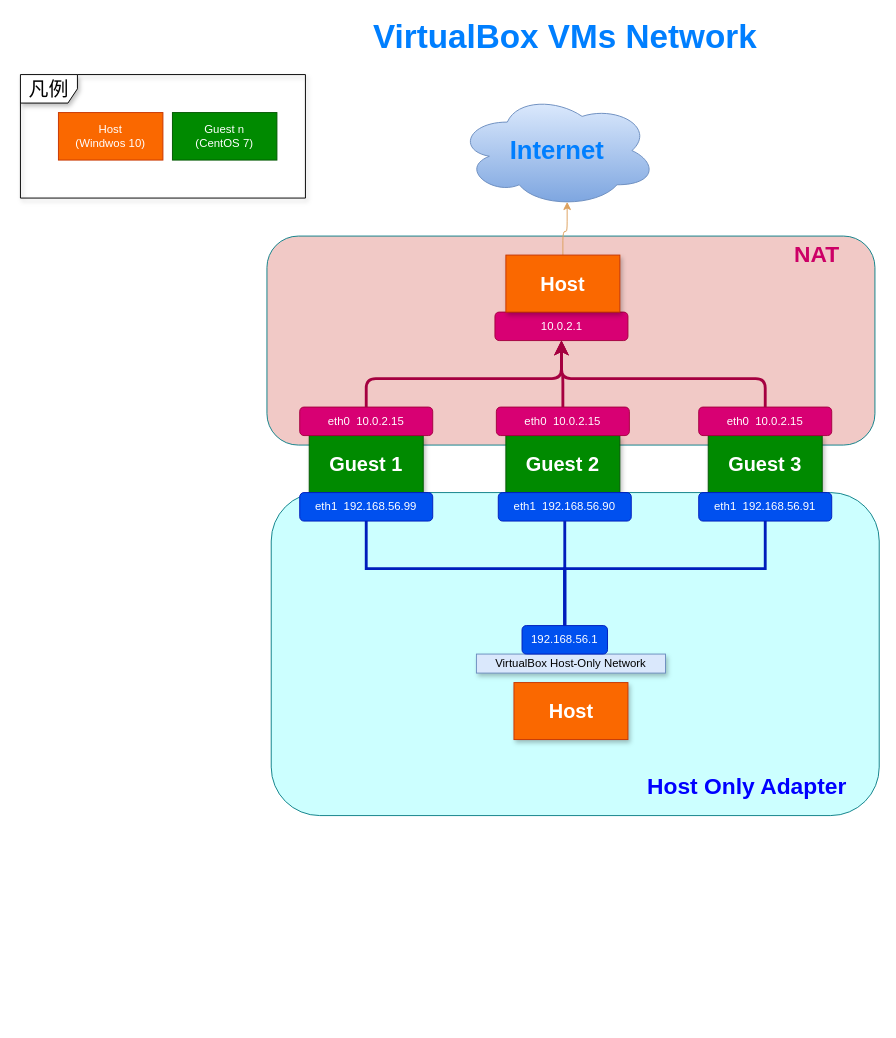
Before: Linux/Vagrant/VirtualBoxVM_network1.drawio in mtk57/PublicMemo, a draw.io diagram. Source tidied: cells renumbered, new cells numbered last; positions are measured from the earlier drawing's top-left corner, leaving out a move shared by most shapes. Both pictures are drawn from the tidied source at 95%, with x=0, y=0 at pixel (20, 17).
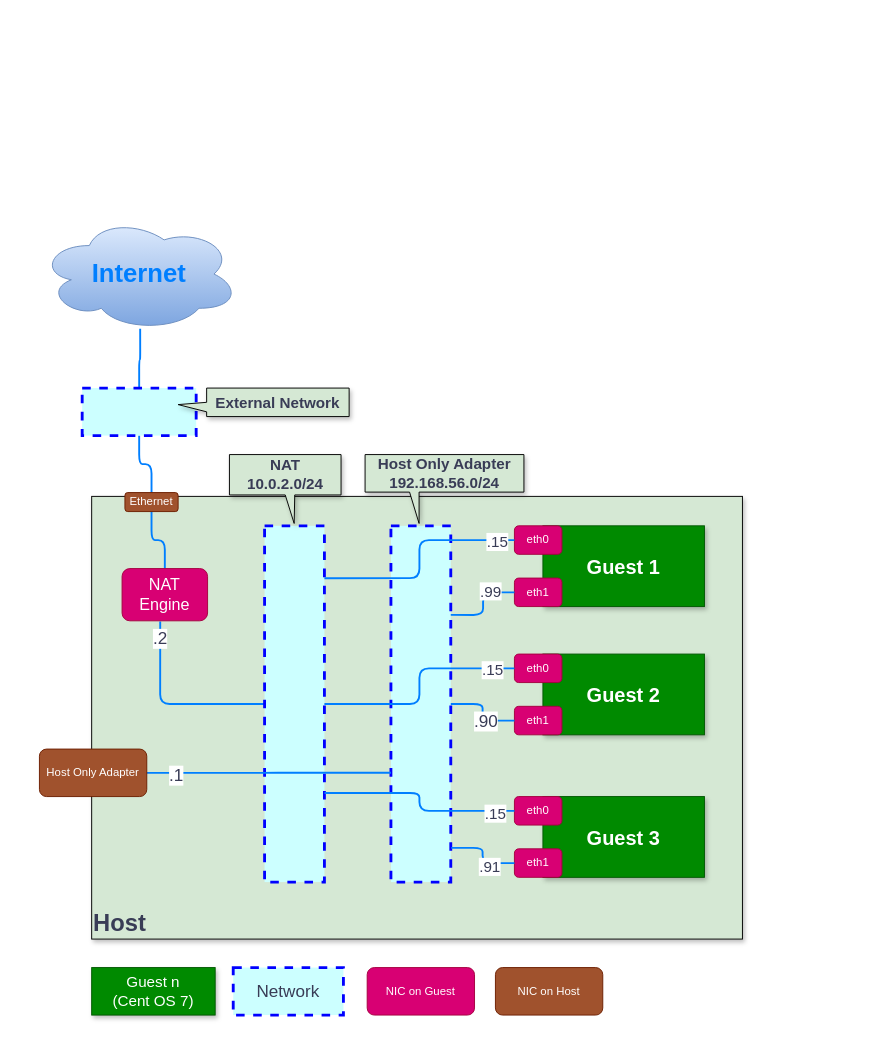
After the change.

What changed in the source:
```diff
@@
-    <mxCell id="0" />
-    <mxCell id="1" parent="0" />
-    <mxCell id="2" style="rounded=1;whiteSpace=wrap;html=1;sketch=0;strokeColor=#0e8088;fillColor=#CCFFFF;" parent="1" vertex="1">
-      <mxGeometry x="264" y="500" width="640" height="340" as="geometry" />
-    </mxCell>
-    <mxCell id="3" style="rounded=1;whiteSpace=wrap;html=1;sketch=0;strokeColor=#0e8088;fillColor=#F1C9C6;" parent="1" vertex="1">
-      <mxGeometry x="259.5" y="230" width="640" height="220" as="geometry" />
-    </mxCell>
+    <mxCell id="34" />
+    <mxCell id="35" parent="34" />
+    <mxCell id="36" value="Host" style="rounded=0;whiteSpace=wrap;html=1;sketch=0;strokeWidth=1;fontSize=25;fontColor=#393C56;fillColor=#D5E8D4;align=left;verticalAlign=bottom;fontStyle=1;shadow=1;" parent="35" vertex="1">
+      <mxGeometry x="75" y="504" width="685" height="466" as="geometry" />
+    </mxCell>
+    <mxCell id="37" style="group;" parent="35" vertex="1">
+      <mxGeometry x="520" y="535" width="200" height="85" as="geometry" />
+    </mxCell>
+    <mxCell id="38" style="group;" parent="37" vertex="1">
+      <mxGeometry width="200" height="85" as="geometry" />
+    </mxCell>
+    <mxCell id="39" style="group;" parent="38" vertex="1">
+      <mxGeometry width="200" height="85" as="geometry" />
+    </mxCell>
-    <mxCell id="4" value="Guest 1" style="rounded=0;whiteSpace=wrap;html=1;fillColor=#008a00;strokeColor=#005700;fontColor=#ffffff;shadow=1;fontStyle=1;fontSize=21;" parent="1" vertex="1">
-      <mxGeometry x="304" y="440" width="120" height="60" as="geometry" />
+    <mxCell id="4" value="Guest 1" style="rounded=0;whiteSpace=wrap;html=1;fillColor=#008a00;strokeColor=#005700;fontColor=#ffffff;shadow=1;fontStyle=1;fontSize=21;" parent="39" vertex="1">
+      <mxGeometry x="30" width="170" height="85" as="geometry" />
     </mxCell>
+    <mxCell id="40" value="eth0" style="rounded=1;whiteSpace=wrap;html=1;fillColor=#d80073;strokeColor=#A50040;fontColor=#ffffff;" parent="39" vertex="1">
+      <mxGeometry width="50" height="30" as="geometry" />
+    </mxCell>
+    <mxCell id="41" value="eth1" style="rounded=1;whiteSpace=wrap;html=1;fillColor=#d80073;strokeColor=#A50040;fontColor=#ffffff;" parent="39" vertex="1">
+      <mxGeometry y="55" width="50" height="30" as="geometry" />
+    </mxCell>
+    <mxCell id="42" style="group;" parent="35" vertex="1">
+      <mxGeometry x="520" y="670" width="200" height="85" as="geometry" />
+    </mxCell>
+    <mxCell id="43" style="group;" parent="42" vertex="1">
+      <mxGeometry width="200" height="85" as="geometry" />
+    </mxCell>
+    <mxCell id="44" style="group;" parent="43" vertex="1">
+      <mxGeometry width="200" height="85" as="geometry" />
+    </mxCell>
-    <mxCell id="5" value="Guest 2" style="rounded=0;whiteSpace=wrap;html=1;fillColor=#008a00;strokeColor=#005700;fontColor=#ffffff;shadow=1;fontStyle=1;fontSize=21;" parent="1" vertex="1">
-      <mxGeometry x="511" y="440" width="120" height="60" as="geometry" />
+    <mxCell id="5" value="Guest 2" style="rounded=0;whiteSpace=wrap;html=1;fillColor=#008a00;strokeColor=#005700;fontColor=#ffffff;shadow=1;fontStyle=1;fontSize=21;" parent="44" vertex="1">
+      <mxGeometry x="30" width="170" height="85" as="geometry" />
     </mxCell>
+    <mxCell id="45" value="eth0" style="rounded=1;whiteSpace=wrap;html=1;fillColor=#d80073;strokeColor=#A50040;fontColor=#ffffff;" parent="44" vertex="1">
+      <mxGeometry width="50" height="30" as="geometry" />
+    </mxCell>
+    <mxCell id="46" value="eth1" style="rounded=1;whiteSpace=wrap;html=1;fillColor=#d80073;strokeColor=#A50040;fontColor=#ffffff;" parent="44" vertex="1">
+      <mxGeometry y="55" width="50" height="30" as="geometry" />
+    </mxCell>
+    <mxCell id="47" style="group;" parent="35" vertex="1">
+      <mxGeometry x="520" y="820" width="200" height="85" as="geometry" />
+    </mxCell>
+    <mxCell id="48" style="group;" parent="47" vertex="1">
+      <mxGeometry width="200" height="85" as="geometry" />
+    </mxCell>
+    <mxCell id="49" style="group;" parent="48" vertex="1">
+      <mxGeometry width="200" height="85" as="geometry" />
+    </mxCell>
-    <mxCell id="6" value="Guest 3" style="rounded=0;whiteSpace=wrap;html=1;fillColor=#008a00;strokeColor=#005700;fontColor=#ffffff;shadow=1;fontStyle=1;fontSize=21;" parent="1" vertex="1">
-      <mxGeometry x="724" y="440" width="120" height="60" as="geometry" />
+    <mxCell id="6" value="Guest 3" style="rounded=0;whiteSpace=wrap;html=1;fillColor=#008a00;strokeColor=#005700;fontColor=#ffffff;shadow=1;fontStyle=1;fontSize=21;" parent="49" vertex="1">
+      <mxGeometry x="30" width="170" height="85" as="geometry" />
     </mxCell>
-    <mxCell id="7" style="edgeStyle=orthogonalEdgeStyle;rounded=0;sketch=0;jettySize=auto;html=1;strokeColor=#001DBC;fillColor=#0050ef;fontColor=#5C5C5C;endArrow=none;endFill=0;strokeWidth=3;" parent="1" edge="1" source="8" target="16">
-      <mxGeometry relative="1" as="geometry">
-        <Array as="points">
-          <mxPoint x="364" y="580" />
-          <mxPoint x="573" y="580" />
-        </Array>
-      </mxGeometry>
-    </mxCell>
-    <mxCell id="8" value="eth1&amp;nbsp; 192.168.56.99" style="rounded=1;whiteSpace=wrap;html=1;fillColor=#0050ef;strokeColor=#001DBC;fontColor=#ffffff;" parent="1" vertex="1">
-      <mxGeometry x="294" y="500" width="140" height="30" as="geometry" />
-    </mxCell>
-    <mxCell id="9" style="edgeStyle=orthogonalEdgeStyle;rounded=0;sketch=0;jettySize=auto;html=1;strokeColor=#001DBC;fillColor=#0050ef;fontColor=#5C5C5C;endArrow=none;endFill=0;strokeWidth=3;" parent="1" edge="1" source="10">
-      <mxGeometry relative="1" as="geometry">
-        <mxPoint x="573" y="640" as="targetPoint" />
-      </mxGeometry>
-    </mxCell>
-    <mxCell id="10" value="eth1&amp;nbsp; 192.168.56.90" style="rounded=1;whiteSpace=wrap;html=1;fillColor=#0050ef;strokeColor=#001DBC;fontColor=#ffffff;" parent="1" vertex="1">
-      <mxGeometry x="503" y="500" width="140" height="30" as="geometry" />
-    </mxCell>
-    <mxCell id="11" style="edgeStyle=orthogonalEdgeStyle;rounded=0;sketch=0;jettySize=auto;html=1;strokeColor=#001DBC;fillColor=#0050ef;fontColor=#5C5C5C;endArrow=none;endFill=0;strokeWidth=3;" parent="1" edge="1" source="12" target="16">
-      <mxGeometry relative="1" as="geometry">
-        <Array as="points">
-          <mxPoint x="784" y="580" />
-          <mxPoint x="573" y="580" />
-        </Array>
-      </mxGeometry>
-    </mxCell>
-    <mxCell id="12" value="eth1&amp;nbsp; 192.168.56.91" style="rounded=1;whiteSpace=wrap;html=1;fillColor=#0050ef;strokeColor=#001DBC;fontColor=#ffffff;" parent="1" vertex="1">
-      <mxGeometry x="714" y="500" width="140" height="30" as="geometry" />
-    </mxCell>
-    <mxCell id="13" value="Host" style="rounded=0;whiteSpace=wrap;html=1;fillColor=#fa6800;strokeColor=#C73500;fontColor=#ffffff;shadow=1;fontStyle=1;fontSize=21;" parent="1" vertex="1">
-      <mxGeometry x="519.5" y="700" width="120" height="60" as="geometry" />
-    </mxCell>
-    <mxCell id="14" style="group;" parent="1" vertex="1">
-      <mxGeometry x="480" y="640" width="199" height="50" as="geometry" />
-    </mxCell>
-    <mxCell id="15" value="VirtualBox Host-Only Network" style="rounded=0;whiteSpace=wrap;html=1;fillColor=#dae8fc;strokeColor=#6c8ebf;shadow=1;" parent="14" vertex="1">
-      <mxGeometry y="30" width="199" height="20" as="geometry" />
-    </mxCell>
-    <mxCell id="16" value="192.168.56.1" style="rounded=1;whiteSpace=wrap;html=1;fillColor=#0050ef;strokeColor=#001DBC;fontColor=#ffffff;" parent="14" vertex="1">
-      <mxGeometry x="48" width="90" height="30" as="geometry" />
-    </mxCell>
-    <mxCell id="17" style="edgeStyle=orthogonalEdgeStyle;curved=0;rounded=1;sketch=0;jettySize=auto;html=1;entryX=0.5;entryY=1;entryDx=0;entryDy=0;strokeColor=#A50040;fillColor=#d80073;fontColor=#FEFAE0;strokeWidth=3;" parent="1" edge="1" source="18" target="23">
-      <mxGeometry relative="1" as="geometry">
-        <Array as="points">
-          <mxPoint x="364" y="380" />
-          <mxPoint x="570" y="380" />
-        </Array>
-      </mxGeometry>
-    </mxCell>
-    <mxCell id="18" value="eth0&amp;nbsp; 10.0.2.15" style="rounded=1;whiteSpace=wrap;html=1;fillColor=#d80073;strokeColor=#A50040;fontColor=#ffffff;" parent="1" vertex="1">
-      <mxGeometry x="294" y="410" width="140" height="30" as="geometry" />
-    </mxCell>
-    <mxCell id="19" style="edgeStyle=orthogonalEdgeStyle;curved=0;rounded=1;sketch=0;jettySize=auto;html=1;entryX=0.5;entryY=1;entryDx=0;entryDy=0;strokeColor=#A50040;fillColor=#d80073;fontColor=#FEFAE0;strokeWidth=3;" parent="1" edge="1" source="20" target="23">
-      <mxGeometry relative="1" as="geometry" />
-    </mxCell>
-    <mxCell id="20" value="eth0&amp;nbsp; 10.0.2.15" style="rounded=1;whiteSpace=wrap;html=1;fillColor=#d80073;strokeColor=#A50040;fontColor=#ffffff;" parent="1" vertex="1">
-      <mxGeometry x="501" y="410" width="140" height="30" as="geometry" />
-    </mxCell>
-    <mxCell id="21" style="edgeStyle=orthogonalEdgeStyle;curved=0;rounded=1;sketch=0;jettySize=auto;html=1;entryX=0.5;entryY=1;entryDx=0;entryDy=0;strokeColor=#A50040;fillColor=#d80073;fontColor=#FEFAE0;strokeWidth=3;" parent="1" edge="1" source="22" target="23">
-      <mxGeometry relative="1" as="geometry">
-        <Array as="points">
-          <mxPoint x="784" y="380" />
-          <mxPoint x="570" y="380" />
-        </Array>
-      </mxGeometry>
-    </mxCell>
-    <mxCell id="22" value="eth0&amp;nbsp; 10.0.2.15" style="rounded=1;whiteSpace=wrap;html=1;fillColor=#d80073;strokeColor=#A50040;fontColor=#ffffff;" parent="1" vertex="1">
-      <mxGeometry x="714" y="410" width="140" height="30" as="geometry" />
-    </mxCell>
-    <mxCell id="23" value="10.0.2.1" style="rounded=1;whiteSpace=wrap;html=1;fillColor=#d80073;strokeColor=#A50040;fontColor=#ffffff;" parent="1" vertex="1">
-      <mxGeometry x="499.5" y="310" width="140" height="30" as="geometry" />
-    </mxCell>
-    <mxCell id="24" style="group;" parent="1" vertex="1">
-      <mxGeometry y="60" width="300" height="130" as="geometry" />
-    </mxCell>
-    <mxCell id="25" value="Guest n&lt;br&gt;(CentOS 7)" style="rounded=0;whiteSpace=wrap;html=1;fillColor=#008a00;strokeColor=#005700;fontColor=#ffffff;" parent="24" vertex="1">
-      <mxGeometry x="160" y="40" width="110" height="50" as="geometry" />
-    </mxCell>
-    <mxCell id="26" value="Host&lt;br&gt;(Windwos 10)" style="rounded=0;whiteSpace=wrap;html=1;fillColor=#fa6800;strokeColor=#C73500;fontColor=#ffffff;" parent="24" vertex="1">
-      <mxGeometry x="40" y="40" width="110" height="50" as="geometry" />
-    </mxCell>
-    <mxCell id="27" value="凡例" style="shape=umlFrame;whiteSpace=wrap;html=1;shadow=1;fontSize=21;" parent="24" vertex="1">
-      <mxGeometry width="300" height="130" as="geometry" />
-    </mxCell>
+    <mxCell id="50" value="eth0" style="rounded=1;whiteSpace=wrap;html=1;fillColor=#d80073;strokeColor=#A50040;fontColor=#ffffff;" parent="49" vertex="1">
+      <mxGeometry width="50" height="30" as="geometry" />
+    </mxCell>
+    <mxCell id="51" value="eth1" style="rounded=1;whiteSpace=wrap;html=1;fillColor=#d80073;strokeColor=#A50040;fontColor=#ffffff;" parent="49" vertex="1">
+      <mxGeometry y="55" width="50" height="30" as="geometry" />
+    </mxCell>
+    <mxCell id="52" style="edgeStyle=orthogonalEdgeStyle;curved=0;rounded=1;sketch=0;jettySize=auto;html=1;entryX=0.446;entryY=1.015;entryDx=0;entryDy=0;entryPerimeter=0;strokeColor=#007FFF;strokeWidth=2;fillColor=#F2CC8F;fontSize=16;fontColor=#393C56;endArrow=none;endFill=0;" parent="35" edge="1" source="54" target="57">
+      <mxGeometry relative="1" as="geometry" />
+    </mxCell>
+    <mxCell id="53" value=".2" style="edgeLabel;html=1;align=center;verticalAlign=middle;fontSize=18;fontColor=#393C56;" parent="52" vertex="1">
+      <mxGeometry x="0.83" y="1" relative="1" as="geometry">
+        <mxPoint y="1" as="offset" />
+      </mxGeometry>
+    </mxCell>
+    <mxCell id="54" style="rounded=0;whiteSpace=wrap;html=1;sketch=0;fontColor=#393C56;fillColor=#CCFFFF;strokeColor=#0000FF;dashed=1;strokeWidth=3;" parent="35" vertex="1">
+      <mxGeometry x="257" y="535" width="63" height="375" as="geometry" />
+    </mxCell>
+    <mxCell id="55" style="rounded=0;whiteSpace=wrap;html=1;sketch=0;fontColor=#393C56;fillColor=#CCFFFF;strokeColor=#0000FF;dashed=1;strokeWidth=3;" parent="35" vertex="1">
+      <mxGeometry x="390" y="535" width="63" height="375" as="geometry" />
+    </mxCell>
+    <mxCell id="56" style="edgeStyle=orthogonalEdgeStyle;curved=0;rounded=1;sketch=0;jettySize=auto;html=1;entryX=0.5;entryY=1;entryDx=0;entryDy=0;fillColor=#F2CC8F;fontSize=16;fontColor=#393C56;strokeColor=#007FFF;strokeWidth=2;endArrow=none;endFill=0;" parent="35" edge="1" source="57" target="82">
+      <mxGeometry relative="1" as="geometry" />
+    </mxCell>
+    <mxCell id="57" value="NAT&lt;br style=&quot;font-size: 17px;&quot;&gt;Engine" style="rounded=1;whiteSpace=wrap;html=1;fillColor=#d80073;strokeColor=#A50040;fontColor=#ffffff;fontSize=17;" parent="35" vertex="1">
+      <mxGeometry x="107" y="580" width="90" height="55" as="geometry" />
+    </mxCell>
+    <mxCell id="58" style="edgeStyle=orthogonalEdgeStyle;curved=0;rounded=1;sketch=0;jettySize=auto;html=1;entryX=0.5;entryY=1;entryDx=0;entryDy=0;strokeColor=#007FFF;strokeWidth=2;fillColor=#F2CC8F;fontSize=16;fontColor=#393C56;exitX=0.5;exitY=0;exitDx=0;exitDy=0;endArrow=none;endFill=0;" parent="35" edge="1" source="82" target="61">
+      <mxGeometry relative="1" as="geometry" />
+    </mxCell>
+    <mxCell id="59" value="Guest n&lt;br style=&quot;font-size: 16px;&quot;&gt;(Cent OS 7)" style="rounded=0;whiteSpace=wrap;html=1;fillColor=#008a00;strokeColor=#005700;fontColor=#ffffff;shadow=1;fontStyle=0;fontSize=16;" parent="35" vertex="1">
+      <mxGeometry x="75" y="1000" width="130" height="50" as="geometry" />
+    </mxCell>
-    <mxCell id="28" value="Internet" style="ellipse;shape=cloud;whiteSpace=wrap;html=1;rounded=0;sketch=0;gradientColor=#7ea6e0;fillColor=#dae8fc;strokeColor=#6c8ebf;fontSize=27;fontStyle=1;fontColor=#007FFF;" parent="1" vertex="1">
-      <mxGeometry x="460" y="80" width="210" height="120" as="geometry" />
+    <mxCell id="28" value="Internet" style="ellipse;shape=cloud;whiteSpace=wrap;html=1;rounded=0;sketch=0;gradientColor=#7ea6e0;fillColor=#dae8fc;strokeColor=#6c8ebf;fontSize=27;fontStyle=1;fontColor=#007FFF;" parent="35" vertex="1">
+      <mxGeometry x="20" y="210" width="210" height="120" as="geometry" />
     </mxCell>
-    <mxCell id="29" style="edgeStyle=orthogonalEdgeStyle;curved=0;rounded=1;sketch=0;jettySize=auto;html=1;entryX=0.55;entryY=0.95;entryDx=0;entryDy=0;entryPerimeter=0;strokeColor=#DDA15E;fillColor=#BC6C25;fontColor=#FEFAE0;" parent="1" edge="1" source="30" target="28">
-      <mxGeometry relative="1" as="geometry" />
-    </mxCell>
-    <mxCell id="30" value="Host" style="rounded=0;whiteSpace=wrap;html=1;fillColor=#fa6800;strokeColor=#C73500;fontColor=#ffffff;shadow=1;fontStyle=1;fontSize=21;" parent="1" vertex="1">
-      <mxGeometry x="511" y="250" width="120" height="60" as="geometry" />
-    </mxCell>
+    <mxCell id="60" style="edgeStyle=orthogonalEdgeStyle;curved=0;rounded=1;sketch=0;jettySize=auto;html=1;entryX=0.505;entryY=0.979;entryDx=0;entryDy=0;entryPerimeter=0;strokeColor=#007FFF;strokeWidth=2;fillColor=#F2CC8F;fontSize=16;fontColor=#393C56;endArrow=none;endFill=0;" parent="35" edge="1" source="61" target="28">
+      <mxGeometry relative="1" as="geometry" />
+    </mxCell>
+    <mxCell id="61" style="rounded=0;whiteSpace=wrap;html=1;sketch=0;fontColor=#393C56;fillColor=#CCFFFF;strokeColor=#0000FF;dashed=1;strokeWidth=3;" parent="35" vertex="1">
+      <mxGeometry x="65" y="390" width="120" height="50" as="geometry" />
+    </mxCell>
+    <mxCell id="62" value="External Network" style="shape=callout;whiteSpace=wrap;html=1;perimeter=calloutPerimeter;rounded=0;sketch=0;strokeColor=#000000;strokeWidth=1;fillColor=#D5E8D4;fontSize=16;fontColor=#393C56;align=center;position2=0.58;flipH=1;flipV=1;direction=north;base=10;fontStyle=1;shadow=1;" parent="35" vertex="1">
+      <mxGeometry x="166" y="390" width="180" height="30" as="geometry" />
+    </mxCell>
+    <mxCell id="63" value="NAT&lt;br&gt;10.0.2.0/24" style="shape=callout;whiteSpace=wrap;html=1;perimeter=calloutPerimeter;rounded=0;sketch=0;strokeColor=#000000;strokeWidth=1;fillColor=#D5E8D4;fontSize=16;fontColor=#393C56;align=center;position2=0.58;flipH=1;flipV=1;direction=west;base=10;fontStyle=1;shadow=1;" parent="35" vertex="1">
+      <mxGeometry x="220" y="460" width="117.5" height="72.5" as="geometry" />
+    </mxCell>
+    <mxCell id="64" style="edgeStyle=orthogonalEdgeStyle;curved=0;rounded=1;sketch=0;jettySize=auto;html=1;strokeColor=#007FFF;strokeWidth=2;fillColor=#F2CC8F;fontSize=16;fontColor=#393C56;entryX=1;entryY=0.147;entryDx=0;entryDy=0;entryPerimeter=0;endArrow=none;endFill=0;" parent="35" edge="1" source="40" target="54">
+      <mxGeometry relative="1" as="geometry" />
+    </mxCell>
+    <mxCell id="65" value=".15" style="edgeLabel;html=1;align=center;verticalAlign=middle;fontSize=16;fontColor=#393C56;" parent="64" vertex="1">
+      <mxGeometry x="-0.84" y="1" relative="1" as="geometry" />
+    </mxCell>
+    <mxCell id="66" style="edgeStyle=orthogonalEdgeStyle;curved=0;rounded=1;sketch=0;jettySize=auto;html=1;entryX=1;entryY=0.5;entryDx=0;entryDy=0;strokeColor=#007FFF;strokeWidth=2;fillColor=#F2CC8F;fontSize=16;fontColor=#393C56;endArrow=none;endFill=0;" parent="35" edge="1" source="45" target="54">
+      <mxGeometry relative="1" as="geometry" />
+    </mxCell>
+    <mxCell id="67" value=".15" style="edgeLabel;html=1;align=center;verticalAlign=middle;fontSize=16;fontColor=#393C56;" parent="66" vertex="1">
+      <mxGeometry x="-0.8" y="1" relative="1" as="geometry" />
+    </mxCell>
+    <mxCell id="68" style="edgeStyle=orthogonalEdgeStyle;curved=0;rounded=1;sketch=0;jettySize=auto;html=1;entryX=1;entryY=0.75;entryDx=0;entryDy=0;strokeColor=#007FFF;strokeWidth=2;fillColor=#F2CC8F;fontSize=16;fontColor=#393C56;endArrow=none;endFill=0;" parent="35" edge="1" source="50" target="54">
+      <mxGeometry relative="1" as="geometry" />
+    </mxCell>
+    <mxCell id="69" value=".15" style="edgeLabel;html=1;align=center;verticalAlign=middle;fontSize=16;fontColor=#393C56;" parent="68" vertex="1">
+      <mxGeometry x="-0.81" y="2" relative="1" as="geometry" />
+    </mxCell>
+    <mxCell id="70" style="edgeStyle=orthogonalEdgeStyle;curved=0;rounded=1;sketch=0;jettySize=auto;html=1;entryX=1;entryY=0.25;entryDx=0;entryDy=0;strokeColor=#007FFF;strokeWidth=2;fillColor=#F2CC8F;fontSize=16;fontColor=#393C56;endArrow=none;endFill=0;" parent="35" edge="1" source="41" target="55">
+      <mxGeometry relative="1" as="geometry">
+        <Array as="points">
+          <mxPoint x="487" y="605" />
+          <mxPoint x="487" y="629" />
+        </Array>
+      </mxGeometry>
+    </mxCell>
+    <mxCell id="71" value=".99" style="edgeLabel;html=1;align=center;verticalAlign=middle;fontSize=16;fontColor=#393C56;" parent="70" vertex="1">
+      <mxGeometry x="-0.43" y="-2" relative="1" as="geometry" />
+    </mxCell>
+    <mxCell id="72" style="edgeStyle=orthogonalEdgeStyle;curved=0;rounded=1;sketch=0;jettySize=auto;html=1;strokeColor=#007FFF;strokeWidth=2;fillColor=#F2CC8F;fontSize=16;fontColor=#393C56;endArrow=none;endFill=0;" parent="35" edge="1" source="46" target="55">
+      <mxGeometry relative="1" as="geometry" />
+    </mxCell>
+    <mxCell id="73" value=".90" style="edgeLabel;html=1;align=center;verticalAlign=middle;fontSize=18;fontColor=#393C56;" parent="72" vertex="1">
+      <mxGeometry x="0.27" y="-3" relative="1" as="geometry">
+        <mxPoint x="5.8" y="20.5" as="offset" />
+      </mxGeometry>
+    </mxCell>
+    <mxCell id="74" style="edgeStyle=orthogonalEdgeStyle;curved=0;rounded=1;sketch=0;jettySize=auto;html=1;entryX=1.008;entryY=0.904;entryDx=0;entryDy=0;entryPerimeter=0;strokeColor=#007FFF;strokeWidth=2;fillColor=#F2CC8F;fontSize=16;fontColor=#393C56;endArrow=none;endFill=0;" parent="35" edge="1" source="51" target="55">
+      <mxGeometry relative="1" as="geometry" />
+    </mxCell>
+    <mxCell id="75" value=".91" style="edgeLabel;html=1;align=center;verticalAlign=middle;fontSize=16;fontColor=#393C56;" parent="74" vertex="1">
+      <mxGeometry x="-0.34" y="3" relative="1" as="geometry" />
+    </mxCell>
+    <mxCell id="76" value="Host Only Adapter&lt;br&gt;192.168.56.0/24" style="shape=callout;whiteSpace=wrap;html=1;perimeter=calloutPerimeter;rounded=0;sketch=0;strokeColor=#000000;strokeWidth=1;fillColor=#D5E8D4;fontSize=16;fontColor=#393C56;align=center;position2=0.34;flipH=1;flipV=1;direction=west;base=10;fontStyle=1;shadow=1;size=33;position=0.28;" parent="35" vertex="1">
+      <mxGeometry x="362.8" y="460" width="167.2" height="72.5" as="geometry" />
+    </mxCell>
+    <mxCell id="77" value="Network" style="rounded=0;whiteSpace=wrap;html=1;sketch=0;fontColor=#393C56;fillColor=#CCFFFF;strokeColor=#0000FF;dashed=1;strokeWidth=3;fontSize=18;" parent="35" vertex="1">
+      <mxGeometry x="224" y="1000" width="116" height="50" as="geometry" />
+    </mxCell>
+    <mxCell id="78" value="NIC on Guest" style="rounded=1;whiteSpace=wrap;html=1;fillColor=#d80073;strokeColor=#A50040;fontColor=#ffffff;" parent="35" vertex="1">
+      <mxGeometry x="365" y="1000" width="113" height="50" as="geometry" />
+    </mxCell>
+    <mxCell id="79" value="NIC on Host" style="rounded=1;whiteSpace=wrap;html=1;fillColor=#a0522d;strokeColor=#6D1F00;fontColor=#ffffff;" parent="35" vertex="1">
+      <mxGeometry x="500" y="1000" width="113" height="50" as="geometry" />
+    </mxCell>
+    <mxCell id="80" style="edgeStyle=orthogonalEdgeStyle;curved=0;rounded=1;sketch=0;jettySize=auto;html=1;entryX=0;entryY=0.693;entryDx=0;entryDy=0;entryPerimeter=0;strokeColor=#007FFF;strokeWidth=2;fillColor=#F2CC8F;fontSize=18;fontColor=#393C56;endArrow=none;endFill=0;" parent="35" edge="1" source="31" target="55">
+      <mxGeometry relative="1" as="geometry" />
+    </mxCell>
+    <mxCell id="81" value=".1" style="edgeLabel;html=1;align=center;verticalAlign=middle;fontSize=18;fontColor=#393C56;" parent="80" vertex="1">
+      <mxGeometry x="-0.77" y="-2" relative="1" as="geometry" />
+    </mxCell>
-    <mxCell id="31" value="Host Only Adapter" style="text;html=1;strokeColor=none;fillColor=none;align=center;verticalAlign=middle;whiteSpace=wrap;rounded=0;sketch=0;fontColor=#0000FF;fontSize=24;fontStyle=1;" parent="1" vertex="1">
-      <mxGeometry x="650" y="790" width="230" height="40" as="geometry" />
+    <mxCell id="31" value="Host Only Adapter" style="rounded=1;whiteSpace=wrap;html=1;fillColor=#a0522d;strokeColor=#6D1F00;fontColor=#ffffff;" parent="35" vertex="1">
+      <mxGeometry x="20" y="770" width="113" height="50" as="geometry" />
     </mxCell>
-    <mxCell id="32" value="NAT" style="text;html=1;strokeColor=none;fillColor=none;align=center;verticalAlign=middle;whiteSpace=wrap;rounded=0;sketch=0;fontSize=24;fontStyle=1;fontColor=#CC0066;" parent="1" vertex="1">
-      <mxGeometry x="800" y="230" width="77" height="40" as="geometry" />
-    </mxCell>
-    <mxCell id="33" value="VirtualBox VMs Network" style="text;html=1;strokeColor=none;fillColor=none;align=center;verticalAlign=middle;whiteSpace=wrap;rounded=0;sketch=0;fontSize=35;fontColor=#007FFF;fontStyle=1;" parent="1" vertex="1">
-      <mxGeometry x="332" width="483" height="40" as="geometry" />
-    </mxCell>
+    <mxCell id="82" value="Ethernet" style="rounded=1;whiteSpace=wrap;html=1;fillColor=#a0522d;strokeColor=#6D1F00;fontColor=#ffffff;" parent="35" vertex="1">
+      <mxGeometry x="110" y="500" width="56" height="20" as="geometry" />
+    </mxCell>
```
